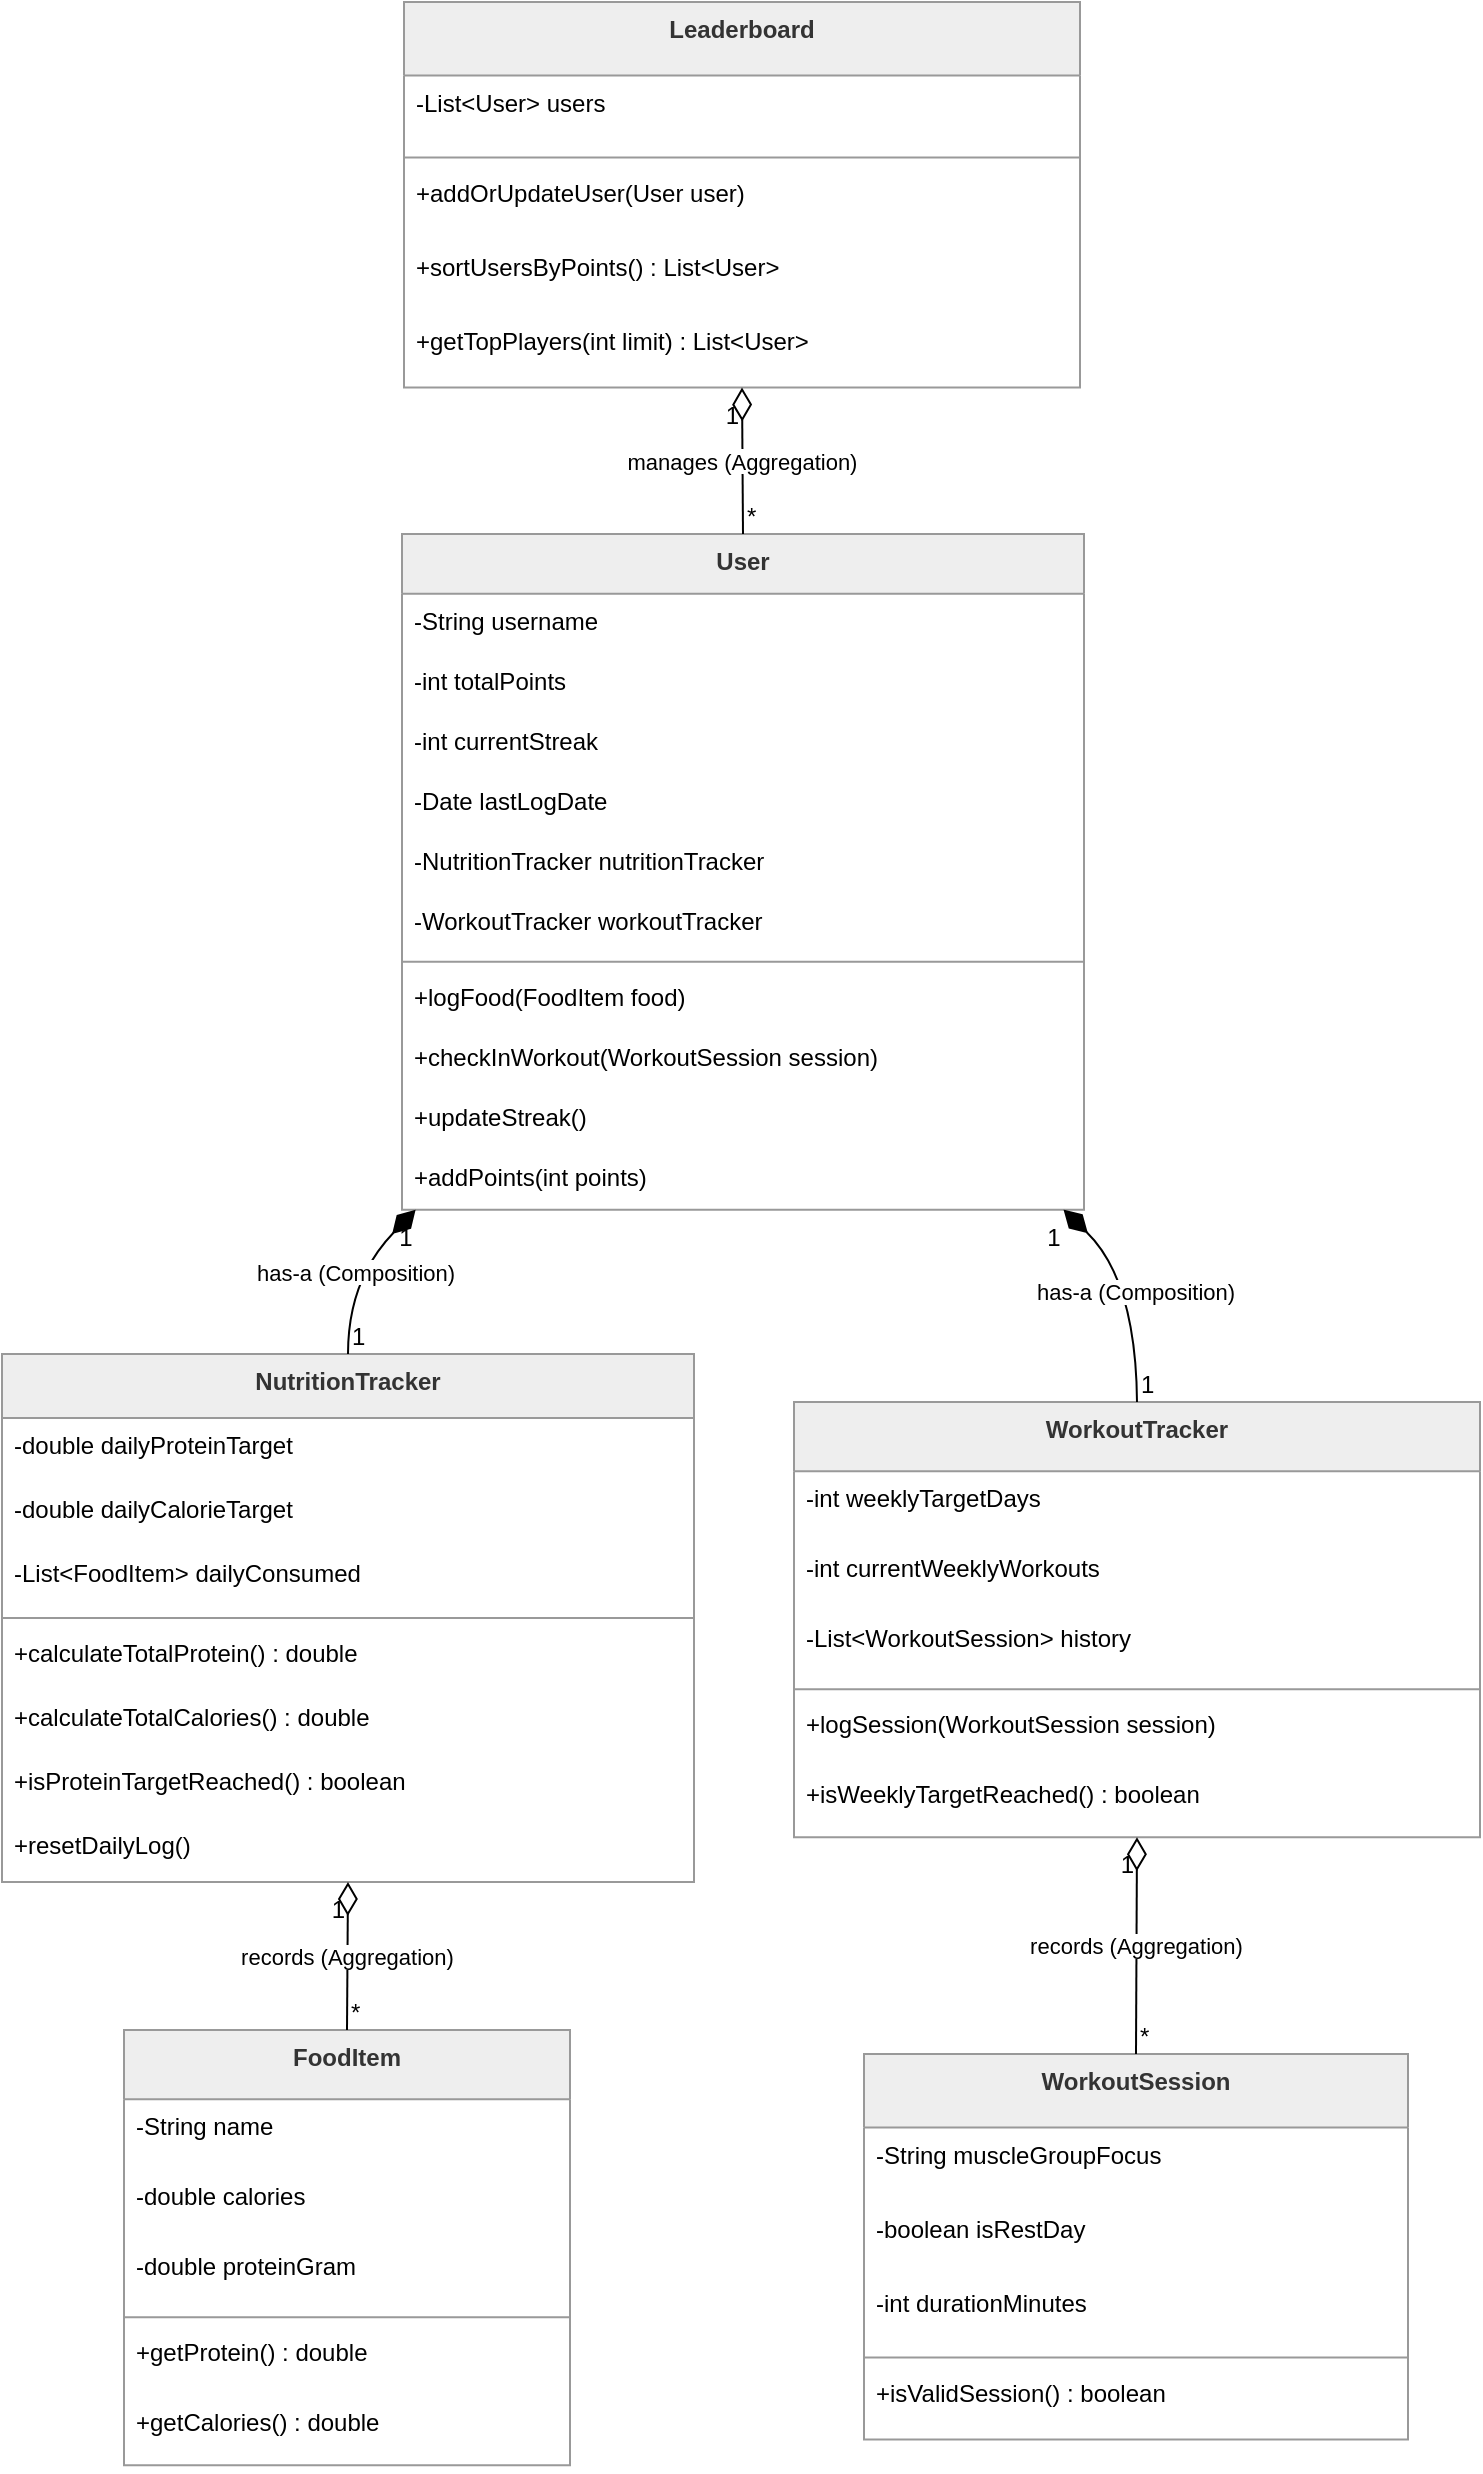
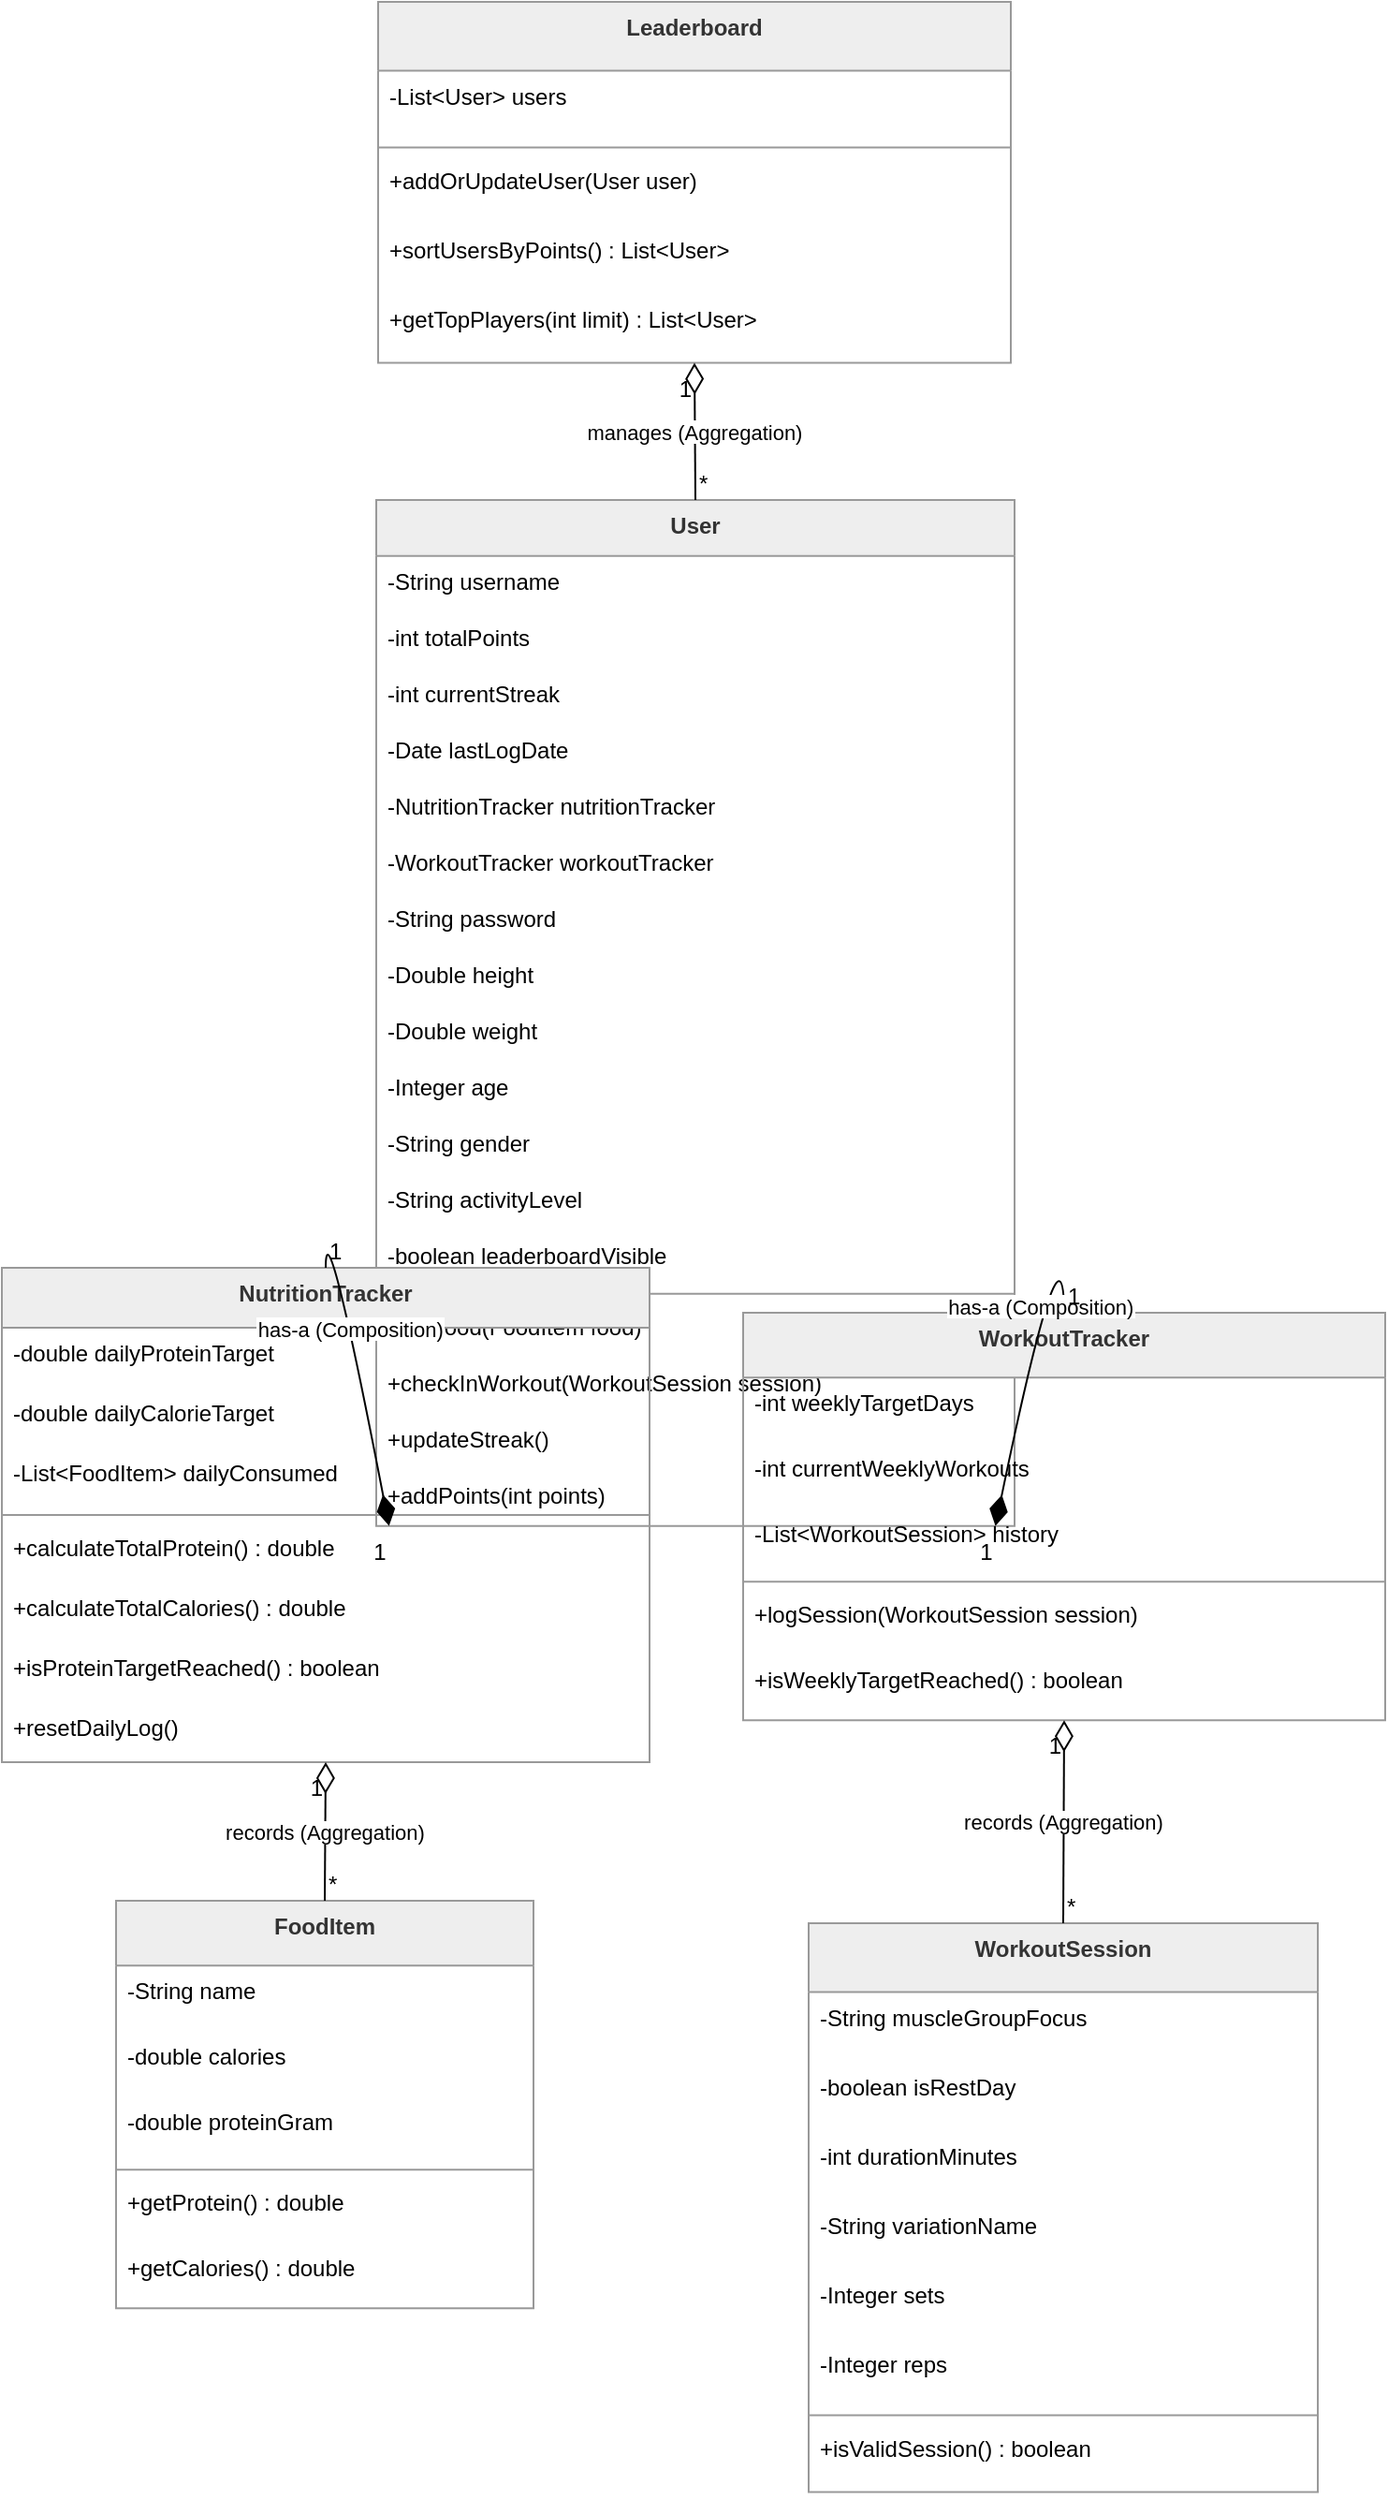
<mxfile host="app.diagrams.net">
  <diagram name="Page-1" id="arQQ8yZGtRxVrDQaWnjP">
    <mxGraphModel dx="1051" dy="568" grid="1" gridSize="10" guides="1" tooltips="1" connect="1" arrows="1" fold="1" page="1" pageScale="1" pageWidth="850" pageHeight="1100" math="0" shadow="0">
      <root>
        <mxCell id="0" />
        <mxCell id="1" parent="0" />
        <mxCell id="fnLQIiHebZ_BAd2sGPk7-1" parent="1" style="swimlane;fontStyle=1;align=center;verticalAlign=top;childLayout=stackLayout;horizontal=1;startSize=29.819158380681817;horizontalStack=0;resizeParent=1;resizeParentMax=0;resizeLast=0;collapsible=0;marginBottom=0;fillColor=light-dark(#eeeeee,#1f2020);strokeColor=light-dark(#999999,#cccccc);fontColor=light-dark(#333333,#cccccc);" value="User" vertex="1">
-           <mxGeometry height="337.8191583806818" width="341" x="256" y="326" as="geometry" />
+           <mxGeometry height="547.8191583806818" width="341" x="256" y="326" as="geometry" />
        </mxCell>
        <mxCell id="fnLQIiHebZ_BAd2sGPk7-2" parent="fnLQIiHebZ_BAd2sGPk7-1" style="text;strokeColor=none;fillColor=none;align=left;verticalAlign=top;spacingLeft=4;spacingRight=4;overflow=hidden;rotatable=0;points=[[0,0.5],[1,0.5]];portConstraint=eastwest;" value="-String username" vertex="1">
          <mxGeometry height="30" width="341" y="29.819158380681817" as="geometry" />
        </mxCell>
        <mxCell id="fnLQIiHebZ_BAd2sGPk7-3" parent="fnLQIiHebZ_BAd2sGPk7-1" style="text;strokeColor=none;fillColor=none;align=left;verticalAlign=top;spacingLeft=4;spacingRight=4;overflow=hidden;rotatable=0;points=[[0,0.5],[1,0.5]];portConstraint=eastwest;" value="-int totalPoints" vertex="1">
          <mxGeometry height="30" width="341" y="59.81915838068181" as="geometry" />
        </mxCell>
        <mxCell id="fnLQIiHebZ_BAd2sGPk7-4" parent="fnLQIiHebZ_BAd2sGPk7-1" style="text;strokeColor=none;fillColor=none;align=left;verticalAlign=top;spacingLeft=4;spacingRight=4;overflow=hidden;rotatable=0;points=[[0,0.5],[1,0.5]];portConstraint=eastwest;" value="-int currentStreak" vertex="1">
          <mxGeometry height="30" width="341" y="89.81915838068181" as="geometry" />
        </mxCell>
        <mxCell id="fnLQIiHebZ_BAd2sGPk7-5" parent="fnLQIiHebZ_BAd2sGPk7-1" style="text;strokeColor=none;fillColor=none;align=left;verticalAlign=top;spacingLeft=4;spacingRight=4;overflow=hidden;rotatable=0;points=[[0,0.5],[1,0.5]];portConstraint=eastwest;" value="-Date lastLogDate" vertex="1">
          <mxGeometry height="30" width="341" y="119.81915838068181" as="geometry" />
        </mxCell>
        <mxCell id="fnLQIiHebZ_BAd2sGPk7-6" parent="fnLQIiHebZ_BAd2sGPk7-1" style="text;strokeColor=none;fillColor=none;align=left;verticalAlign=top;spacingLeft=4;spacingRight=4;overflow=hidden;rotatable=0;points=[[0,0.5],[1,0.5]];portConstraint=eastwest;" value="-NutritionTracker nutritionTracker" vertex="1">
          <mxGeometry height="30" width="341" y="149.8191583806818" as="geometry" />
        </mxCell>
        <mxCell id="fnLQIiHebZ_BAd2sGPk7-7" parent="fnLQIiHebZ_BAd2sGPk7-1" style="text;strokeColor=none;fillColor=none;align=left;verticalAlign=top;spacingLeft=4;spacingRight=4;overflow=hidden;rotatable=0;points=[[0,0.5],[1,0.5]];portConstraint=eastwest;" value="-WorkoutTracker workoutTracker" vertex="1">
          <mxGeometry height="30" width="341" y="179.8191583806818" as="geometry" />
        </mxCell>
+         <mxCell id="fnLQIiHebZ_BAd2sGPk7-user_password" parent="fnLQIiHebZ_BAd2sGPk7-1" style="text;strokeColor=none;fillColor=none;align=left;verticalAlign=top;spacingLeft=4;spacingRight=4;overflow=hidden;rotatable=0;points=[[0,0.5],[1,0.5]];portConstraint=eastwest;" value="-String password" vertex="1">
+           <mxGeometry height="30" width="341" y="209.8191583806818" as="geometry" />
+         </mxCell>
+         <mxCell id="fnLQIiHebZ_BAd2sGPk7-user_height" parent="fnLQIiHebZ_BAd2sGPk7-1" style="text;strokeColor=none;fillColor=none;align=left;verticalAlign=top;spacingLeft=4;spacingRight=4;overflow=hidden;rotatable=0;points=[[0,0.5],[1,0.5]];portConstraint=eastwest;" value="-Double height" vertex="1">
+           <mxGeometry height="30" width="341" y="239.8191583806818" as="geometry" />
+         </mxCell>
+         <mxCell id="fnLQIiHebZ_BAd2sGPk7-user_weight" parent="fnLQIiHebZ_BAd2sGPk7-1" style="text;strokeColor=none;fillColor=none;align=left;verticalAlign=top;spacingLeft=4;spacingRight=4;overflow=hidden;rotatable=0;points=[[0,0.5],[1,0.5]];portConstraint=eastwest;" value="-Double weight" vertex="1">
+           <mxGeometry height="30" width="341" y="269.8191583806818" as="geometry" />
+         </mxCell>
+         <mxCell id="fnLQIiHebZ_BAd2sGPk7-user_age" parent="fnLQIiHebZ_BAd2sGPk7-1" style="text;strokeColor=none;fillColor=none;align=left;verticalAlign=top;spacingLeft=4;spacingRight=4;overflow=hidden;rotatable=0;points=[[0,0.5],[1,0.5]];portConstraint=eastwest;" value="-Integer age" vertex="1">
+           <mxGeometry height="30" width="341" y="299.8191583806818" as="geometry" />
+         </mxCell>
+         <mxCell id="fnLQIiHebZ_BAd2sGPk7-user_gender" parent="fnLQIiHebZ_BAd2sGPk7-1" style="text;strokeColor=none;fillColor=none;align=left;verticalAlign=top;spacingLeft=4;spacingRight=4;overflow=hidden;rotatable=0;points=[[0,0.5],[1,0.5]];portConstraint=eastwest;" value="-String gender" vertex="1">
+           <mxGeometry height="30" width="341" y="329.8191583806818" as="geometry" />
+         </mxCell>
+         <mxCell id="fnLQIiHebZ_BAd2sGPk7-user_activity" parent="fnLQIiHebZ_BAd2sGPk7-1" style="text;strokeColor=none;fillColor=none;align=left;verticalAlign=top;spacingLeft=4;spacingRight=4;overflow=hidden;rotatable=0;points=[[0,0.5],[1,0.5]];portConstraint=eastwest;" value="-String activityLevel" vertex="1">
+           <mxGeometry height="30" width="341" y="359.8191583806818" as="geometry" />
+         </mxCell>
+         <mxCell id="fnLQIiHebZ_BAd2sGPk7-user_leaderboard" parent="fnLQIiHebZ_BAd2sGPk7-1" style="text;strokeColor=none;fillColor=none;align=left;verticalAlign=top;spacingLeft=4;spacingRight=4;overflow=hidden;rotatable=0;points=[[0,0.5],[1,0.5]];portConstraint=eastwest;" value="-boolean leaderboardVisible" vertex="1">
+           <mxGeometry height="30" width="341" y="389.8191583806818" as="geometry" />
+         </mxCell>
        <mxCell id="fnLQIiHebZ_BAd2sGPk7-8" parent="fnLQIiHebZ_BAd2sGPk7-1" style="line;strokeWidth=1;fillColor=none;align=left;verticalAlign=middle;spacingTop=-1;spacingLeft=3;spacingRight=3;rotatable=0;labelPosition=right;points=[];portConstraint=eastwest;strokeColor=inherit;" vertex="1">
-           <mxGeometry height="8" width="341" y="209.8191583806818" as="geometry" />
+           <mxGeometry height="8" width="341" y="419.8191583806818" as="geometry" />
        </mxCell>
        <mxCell id="fnLQIiHebZ_BAd2sGPk7-9" parent="fnLQIiHebZ_BAd2sGPk7-1" style="text;strokeColor=none;fillColor=none;align=left;verticalAlign=top;spacingLeft=4;spacingRight=4;overflow=hidden;rotatable=0;points=[[0,0.5],[1,0.5]];portConstraint=eastwest;" value="+logFood(FoodItem food)" vertex="1">
-           <mxGeometry height="30" width="341" y="217.8191583806818" as="geometry" />
+           <mxGeometry height="30" width="341" y="427.8191583806818" as="geometry" />
        </mxCell>
        <mxCell id="fnLQIiHebZ_BAd2sGPk7-10" parent="fnLQIiHebZ_BAd2sGPk7-1" style="text;strokeColor=none;fillColor=none;align=left;verticalAlign=top;spacingLeft=4;spacingRight=4;overflow=hidden;rotatable=0;points=[[0,0.5],[1,0.5]];portConstraint=eastwest;" value="+checkInWorkout(WorkoutSession session)" vertex="1">
-           <mxGeometry height="30" width="341" y="247.8191583806818" as="geometry" />
+           <mxGeometry height="30" width="341" y="457.8191583806818" as="geometry" />
        </mxCell>
        <mxCell id="fnLQIiHebZ_BAd2sGPk7-11" parent="fnLQIiHebZ_BAd2sGPk7-1" style="text;strokeColor=none;fillColor=none;align=left;verticalAlign=top;spacingLeft=4;spacingRight=4;overflow=hidden;rotatable=0;points=[[0,0.5],[1,0.5]];portConstraint=eastwest;" value="+updateStreak()" vertex="1">
-           <mxGeometry height="30" width="341" y="277.8191583806818" as="geometry" />
+           <mxGeometry height="30" width="341" y="487.8191583806818" as="geometry" />
        </mxCell>
        <mxCell id="fnLQIiHebZ_BAd2sGPk7-12" parent="fnLQIiHebZ_BAd2sGPk7-1" style="text;strokeColor=none;fillColor=none;align=left;verticalAlign=top;spacingLeft=4;spacingRight=4;overflow=hidden;rotatable=0;points=[[0,0.5],[1,0.5]];portConstraint=eastwest;" value="+addPoints(int points)" vertex="1">
-           <mxGeometry height="30" width="341" y="307.8191583806818" as="geometry" />
+           <mxGeometry height="30" width="341" y="517.8191583806818" as="geometry" />
        </mxCell>
        <mxCell id="fnLQIiHebZ_BAd2sGPk7-13" parent="1" style="swimlane;fontStyle=1;align=center;verticalAlign=top;childLayout=stackLayout;horizontal=1;startSize=32.0009765625;horizontalStack=0;resizeParent=1;resizeParentMax=0;resizeLast=0;collapsible=0;marginBottom=0;fillColor=light-dark(#eeeeee,#1f2020);strokeColor=light-dark(#999999,#cccccc);fontColor=light-dark(#333333,#cccccc);" value="NutritionTracker" vertex="1">
          <mxGeometry height="264.0009765625" width="346" x="56" y="736" as="geometry" />
        </mxCell>
        <mxCell id="fnLQIiHebZ_BAd2sGPk7-14" parent="fnLQIiHebZ_BAd2sGPk7-13" style="text;strokeColor=none;fillColor=none;align=left;verticalAlign=top;spacingLeft=4;spacingRight=4;overflow=hidden;rotatable=0;points=[[0,0.5],[1,0.5]];portConstraint=eastwest;" value="-double dailyProteinTarget" vertex="1">
          <mxGeometry height="32" width="346" y="32.0009765625" as="geometry" />
        </mxCell>
        <mxCell id="fnLQIiHebZ_BAd2sGPk7-15" parent="fnLQIiHebZ_BAd2sGPk7-13" style="text;strokeColor=none;fillColor=none;align=left;verticalAlign=top;spacingLeft=4;spacingRight=4;overflow=hidden;rotatable=0;points=[[0,0.5],[1,0.5]];portConstraint=eastwest;" value="-double dailyCalorieTarget" vertex="1">
          <mxGeometry height="32" width="346" y="64.0009765625" as="geometry" />
        </mxCell>
        <mxCell id="fnLQIiHebZ_BAd2sGPk7-16" parent="fnLQIiHebZ_BAd2sGPk7-13" style="text;strokeColor=none;fillColor=none;align=left;verticalAlign=top;spacingLeft=4;spacingRight=4;overflow=hidden;rotatable=0;points=[[0,0.5],[1,0.5]];portConstraint=eastwest;" value="-List&lt;FoodItem&gt; dailyConsumed" vertex="1">
          <mxGeometry height="32" width="346" y="96.0009765625" as="geometry" />
        </mxCell>
        <mxCell id="fnLQIiHebZ_BAd2sGPk7-17" parent="fnLQIiHebZ_BAd2sGPk7-13" style="line;strokeWidth=1;fillColor=none;align=left;verticalAlign=middle;spacingTop=-1;spacingLeft=3;spacingRight=3;rotatable=0;labelPosition=right;points=[];portConstraint=eastwest;strokeColor=inherit;" vertex="1">
          <mxGeometry height="8" width="346" y="128.0009765625" as="geometry" />
        </mxCell>
        <mxCell id="fnLQIiHebZ_BAd2sGPk7-18" parent="fnLQIiHebZ_BAd2sGPk7-13" style="text;strokeColor=none;fillColor=none;align=left;verticalAlign=top;spacingLeft=4;spacingRight=4;overflow=hidden;rotatable=0;points=[[0,0.5],[1,0.5]];portConstraint=eastwest;" value="+calculateTotalProtein() : double" vertex="1">
          <mxGeometry height="32" width="346" y="136.0009765625" as="geometry" />
        </mxCell>
        <mxCell id="fnLQIiHebZ_BAd2sGPk7-19" parent="fnLQIiHebZ_BAd2sGPk7-13" style="text;strokeColor=none;fillColor=none;align=left;verticalAlign=top;spacingLeft=4;spacingRight=4;overflow=hidden;rotatable=0;points=[[0,0.5],[1,0.5]];portConstraint=eastwest;" value="+calculateTotalCalories() : double" vertex="1">
          <mxGeometry height="32" width="346" y="168.0009765625" as="geometry" />
        </mxCell>
        <mxCell id="fnLQIiHebZ_BAd2sGPk7-20" parent="fnLQIiHebZ_BAd2sGPk7-13" style="text;strokeColor=none;fillColor=none;align=left;verticalAlign=top;spacingLeft=4;spacingRight=4;overflow=hidden;rotatable=0;points=[[0,0.5],[1,0.5]];portConstraint=eastwest;" value="+isProteinTargetReached() : boolean" vertex="1">
          <mxGeometry height="32" width="346" y="200.0009765625" as="geometry" />
        </mxCell>
        <mxCell id="fnLQIiHebZ_BAd2sGPk7-21" parent="fnLQIiHebZ_BAd2sGPk7-13" style="text;strokeColor=none;fillColor=none;align=left;verticalAlign=top;spacingLeft=4;spacingRight=4;overflow=hidden;rotatable=0;points=[[0,0.5],[1,0.5]];portConstraint=eastwest;" value="+resetDailyLog()" vertex="1">
          <mxGeometry height="32" width="346" y="232.0009765625" as="geometry" />
        </mxCell>
        <mxCell id="fnLQIiHebZ_BAd2sGPk7-22" parent="1" style="swimlane;fontStyle=1;align=center;verticalAlign=top;childLayout=stackLayout;horizontal=1;startSize=34.66764577229818;horizontalStack=0;resizeParent=1;resizeParentMax=0;resizeLast=0;collapsible=0;marginBottom=0;fillColor=light-dark(#eeeeee,#1f2020);strokeColor=light-dark(#999999,#cccccc);fontColor=light-dark(#333333,#cccccc);" value="FoodItem" vertex="1">
          <mxGeometry height="217.6676457722982" width="223" x="117" y="1074" as="geometry" />
        </mxCell>
        <mxCell id="fnLQIiHebZ_BAd2sGPk7-23" parent="fnLQIiHebZ_BAd2sGPk7-22" style="text;strokeColor=none;fillColor=none;align=left;verticalAlign=top;spacingLeft=4;spacingRight=4;overflow=hidden;rotatable=0;points=[[0,0.5],[1,0.5]];portConstraint=eastwest;" value="-String name" vertex="1">
          <mxGeometry height="35" width="223" y="34.66764577229818" as="geometry" />
        </mxCell>
        <mxCell id="fnLQIiHebZ_BAd2sGPk7-24" parent="fnLQIiHebZ_BAd2sGPk7-22" style="text;strokeColor=none;fillColor=none;align=left;verticalAlign=top;spacingLeft=4;spacingRight=4;overflow=hidden;rotatable=0;points=[[0,0.5],[1,0.5]];portConstraint=eastwest;" value="-double calories" vertex="1">
          <mxGeometry height="35" width="223" y="69.66764577229819" as="geometry" />
        </mxCell>
        <mxCell id="fnLQIiHebZ_BAd2sGPk7-25" parent="fnLQIiHebZ_BAd2sGPk7-22" style="text;strokeColor=none;fillColor=none;align=left;verticalAlign=top;spacingLeft=4;spacingRight=4;overflow=hidden;rotatable=0;points=[[0,0.5],[1,0.5]];portConstraint=eastwest;" value="-double proteinGram" vertex="1">
          <mxGeometry height="35" width="223" y="104.66764577229819" as="geometry" />
        </mxCell>
        <mxCell id="fnLQIiHebZ_BAd2sGPk7-26" parent="fnLQIiHebZ_BAd2sGPk7-22" style="line;strokeWidth=1;fillColor=none;align=left;verticalAlign=middle;spacingTop=-1;spacingLeft=3;spacingRight=3;rotatable=0;labelPosition=right;points=[];portConstraint=eastwest;strokeColor=inherit;" vertex="1">
          <mxGeometry height="8" width="223" y="139.6676457722982" as="geometry" />
        </mxCell>
        <mxCell id="fnLQIiHebZ_BAd2sGPk7-27" parent="fnLQIiHebZ_BAd2sGPk7-22" style="text;strokeColor=none;fillColor=none;align=left;verticalAlign=top;spacingLeft=4;spacingRight=4;overflow=hidden;rotatable=0;points=[[0,0.5],[1,0.5]];portConstraint=eastwest;" value="+getProtein() : double" vertex="1">
          <mxGeometry height="35" width="223" y="147.6676457722982" as="geometry" />
        </mxCell>
        <mxCell id="fnLQIiHebZ_BAd2sGPk7-28" parent="fnLQIiHebZ_BAd2sGPk7-22" style="text;strokeColor=none;fillColor=none;align=left;verticalAlign=top;spacingLeft=4;spacingRight=4;overflow=hidden;rotatable=0;points=[[0,0.5],[1,0.5]];portConstraint=eastwest;" value="+getCalories() : double" vertex="1">
          <mxGeometry height="35" width="223" y="182.6676457722982" as="geometry" />
        </mxCell>
        <mxCell id="fnLQIiHebZ_BAd2sGPk7-29" parent="1" style="swimlane;fontStyle=1;align=center;verticalAlign=top;childLayout=stackLayout;horizontal=1;startSize=34.66764577229818;horizontalStack=0;resizeParent=1;resizeParentMax=0;resizeLast=0;collapsible=0;marginBottom=0;fillColor=light-dark(#eeeeee,#1f2020);strokeColor=light-dark(#999999,#cccccc);fontColor=light-dark(#333333,#cccccc);" value="WorkoutTracker" vertex="1">
          <mxGeometry height="217.6676457722982" width="343" x="452" y="760" as="geometry" />
        </mxCell>
        <mxCell id="fnLQIiHebZ_BAd2sGPk7-30" parent="fnLQIiHebZ_BAd2sGPk7-29" style="text;strokeColor=none;fillColor=none;align=left;verticalAlign=top;spacingLeft=4;spacingRight=4;overflow=hidden;rotatable=0;points=[[0,0.5],[1,0.5]];portConstraint=eastwest;" value="-int weeklyTargetDays" vertex="1">
          <mxGeometry height="35" width="343" y="34.66764577229818" as="geometry" />
        </mxCell>
        <mxCell id="fnLQIiHebZ_BAd2sGPk7-31" parent="fnLQIiHebZ_BAd2sGPk7-29" style="text;strokeColor=none;fillColor=none;align=left;verticalAlign=top;spacingLeft=4;spacingRight=4;overflow=hidden;rotatable=0;points=[[0,0.5],[1,0.5]];portConstraint=eastwest;" value="-int currentWeeklyWorkouts" vertex="1">
          <mxGeometry height="35" width="343" y="69.66764577229819" as="geometry" />
        </mxCell>
        <mxCell id="fnLQIiHebZ_BAd2sGPk7-32" parent="fnLQIiHebZ_BAd2sGPk7-29" style="text;strokeColor=none;fillColor=none;align=left;verticalAlign=top;spacingLeft=4;spacingRight=4;overflow=hidden;rotatable=0;points=[[0,0.5],[1,0.5]];portConstraint=eastwest;" value="-List&lt;WorkoutSession&gt; history" vertex="1">
          <mxGeometry height="35" width="343" y="104.66764577229819" as="geometry" />
        </mxCell>
        <mxCell id="fnLQIiHebZ_BAd2sGPk7-33" parent="fnLQIiHebZ_BAd2sGPk7-29" style="line;strokeWidth=1;fillColor=none;align=left;verticalAlign=middle;spacingTop=-1;spacingLeft=3;spacingRight=3;rotatable=0;labelPosition=right;points=[];portConstraint=eastwest;strokeColor=inherit;" vertex="1">
          <mxGeometry height="8" width="343" y="139.6676457722982" as="geometry" />
        </mxCell>
        <mxCell id="fnLQIiHebZ_BAd2sGPk7-34" parent="fnLQIiHebZ_BAd2sGPk7-29" style="text;strokeColor=none;fillColor=none;align=left;verticalAlign=top;spacingLeft=4;spacingRight=4;overflow=hidden;rotatable=0;points=[[0,0.5],[1,0.5]];portConstraint=eastwest;" value="+logSession(WorkoutSession session)" vertex="1">
          <mxGeometry height="35" width="343" y="147.6676457722982" as="geometry" />
        </mxCell>
        <mxCell id="fnLQIiHebZ_BAd2sGPk7-35" parent="fnLQIiHebZ_BAd2sGPk7-29" style="text;strokeColor=none;fillColor=none;align=left;verticalAlign=top;spacingLeft=4;spacingRight=4;overflow=hidden;rotatable=0;points=[[0,0.5],[1,0.5]];portConstraint=eastwest;" value="+isWeeklyTargetReached() : boolean" vertex="1">
          <mxGeometry height="35" width="343" y="182.6676457722982" as="geometry" />
        </mxCell>
        <mxCell id="fnLQIiHebZ_BAd2sGPk7-36" parent="1" style="swimlane;fontStyle=1;align=center;verticalAlign=top;childLayout=stackLayout;horizontal=1;startSize=36.80097961425781;horizontalStack=0;resizeParent=1;resizeParentMax=0;resizeLast=0;collapsible=0;marginBottom=0;fillColor=light-dark(#eeeeee,#1f2020);strokeColor=light-dark(#999999,#cccccc);fontColor=light-dark(#333333,#cccccc);" value="WorkoutSession" vertex="1">
-           <mxGeometry height="192.8009796142578" width="272" x="487" y="1086" as="geometry" />
+           <mxGeometry height="303.8009796142578" width="272" x="487" y="1086" as="geometry" />
        </mxCell>
        <mxCell id="fnLQIiHebZ_BAd2sGPk7-37" parent="fnLQIiHebZ_BAd2sGPk7-36" style="text;strokeColor=none;fillColor=none;align=left;verticalAlign=top;spacingLeft=4;spacingRight=4;overflow=hidden;rotatable=0;points=[[0,0.5],[1,0.5]];portConstraint=eastwest;" value="-String muscleGroupFocus" vertex="1">
          <mxGeometry height="37" width="272" y="36.80097961425781" as="geometry" />
        </mxCell>
        <mxCell id="fnLQIiHebZ_BAd2sGPk7-38" parent="fnLQIiHebZ_BAd2sGPk7-36" style="text;strokeColor=none;fillColor=none;align=left;verticalAlign=top;spacingLeft=4;spacingRight=4;overflow=hidden;rotatable=0;points=[[0,0.5],[1,0.5]];portConstraint=eastwest;" value="-boolean isRestDay" vertex="1">
          <mxGeometry height="37" width="272" y="73.80097961425781" as="geometry" />
        </mxCell>
        <mxCell id="fnLQIiHebZ_BAd2sGPk7-39" parent="fnLQIiHebZ_BAd2sGPk7-36" style="text;strokeColor=none;fillColor=none;align=left;verticalAlign=top;spacingLeft=4;spacingRight=4;overflow=hidden;rotatable=0;points=[[0,0.5],[1,0.5]];portConstraint=eastwest;" value="-int durationMinutes" vertex="1">
          <mxGeometry height="37" width="272" y="110.80097961425781" as="geometry" />
        </mxCell>
+         <mxCell id="fnLQIiHebZ_BAd2sGPk7-ws_variation" parent="fnLQIiHebZ_BAd2sGPk7-36" style="text;strokeColor=none;fillColor=none;align=left;verticalAlign=top;spacingLeft=4;spacingRight=4;overflow=hidden;rotatable=0;points=[[0,0.5],[1,0.5]];portConstraint=eastwest;" value="-String variationName" vertex="1">
+           <mxGeometry height="37" width="272" y="147.80097961425781" as="geometry" />
+         </mxCell>
+         <mxCell id="fnLQIiHebZ_BAd2sGPk7-ws_sets" parent="fnLQIiHebZ_BAd2sGPk7-36" style="text;strokeColor=none;fillColor=none;align=left;verticalAlign=top;spacingLeft=4;spacingRight=4;overflow=hidden;rotatable=0;points=[[0,0.5],[1,0.5]];portConstraint=eastwest;" value="-Integer sets" vertex="1">
+           <mxGeometry height="37" width="272" y="184.80097961425781" as="geometry" />
+         </mxCell>
+         <mxCell id="fnLQIiHebZ_BAd2sGPk7-ws_reps" parent="fnLQIiHebZ_BAd2sGPk7-36" style="text;strokeColor=none;fillColor=none;align=left;verticalAlign=top;spacingLeft=4;spacingRight=4;overflow=hidden;rotatable=0;points=[[0,0.5],[1,0.5]];portConstraint=eastwest;" value="-Integer reps" vertex="1">
+           <mxGeometry height="37" width="272" y="221.80097961425781" as="geometry" />
+         </mxCell>
        <mxCell id="fnLQIiHebZ_BAd2sGPk7-40" parent="fnLQIiHebZ_BAd2sGPk7-36" style="line;strokeWidth=1;fillColor=none;align=left;verticalAlign=middle;spacingTop=-1;spacingLeft=3;spacingRight=3;rotatable=0;labelPosition=right;points=[];portConstraint=eastwest;strokeColor=inherit;" vertex="1">
-           <mxGeometry height="8" width="272" y="147.8009796142578" as="geometry" />
+           <mxGeometry height="8" width="272" y="258.8009796142578" as="geometry" />
        </mxCell>
        <mxCell id="fnLQIiHebZ_BAd2sGPk7-41" parent="fnLQIiHebZ_BAd2sGPk7-36" style="text;strokeColor=none;fillColor=none;align=left;verticalAlign=top;spacingLeft=4;spacingRight=4;overflow=hidden;rotatable=0;points=[[0,0.5],[1,0.5]];portConstraint=eastwest;" value="+isValidSession() : boolean" vertex="1">
-           <mxGeometry height="37" width="272" y="155.8009796142578" as="geometry" />
+           <mxGeometry height="37" width="272" y="266.8009796142578" as="geometry" />
        </mxCell>
        <mxCell id="fnLQIiHebZ_BAd2sGPk7-42" parent="1" style="swimlane;fontStyle=1;align=center;verticalAlign=top;childLayout=stackLayout;horizontal=1;startSize=36.8009765625;horizontalStack=0;resizeParent=1;resizeParentMax=0;resizeLast=0;collapsible=0;marginBottom=0;fillColor=light-dark(#eeeeee,#1f2020);strokeColor=light-dark(#999999,#cccccc);fontColor=light-dark(#333333,#cccccc);" value="Leaderboard" vertex="1">
          <mxGeometry height="192.8009765625" width="338" x="257" y="60" as="geometry" />
        </mxCell>
        <mxCell id="fnLQIiHebZ_BAd2sGPk7-43" parent="fnLQIiHebZ_BAd2sGPk7-42" style="text;strokeColor=none;fillColor=none;align=left;verticalAlign=top;spacingLeft=4;spacingRight=4;overflow=hidden;rotatable=0;points=[[0,0.5],[1,0.5]];portConstraint=eastwest;" value="-List&lt;User&gt; users" vertex="1">
          <mxGeometry height="37" width="338" y="36.8009765625" as="geometry" />
        </mxCell>
        <mxCell id="fnLQIiHebZ_BAd2sGPk7-44" parent="fnLQIiHebZ_BAd2sGPk7-42" style="line;strokeWidth=1;fillColor=none;align=left;verticalAlign=middle;spacingTop=-1;spacingLeft=3;spacingRight=3;rotatable=0;labelPosition=right;points=[];portConstraint=eastwest;strokeColor=inherit;" vertex="1">
          <mxGeometry height="8" width="338" y="73.8009765625" as="geometry" />
        </mxCell>
        <mxCell id="fnLQIiHebZ_BAd2sGPk7-45" parent="fnLQIiHebZ_BAd2sGPk7-42" style="text;strokeColor=none;fillColor=none;align=left;verticalAlign=top;spacingLeft=4;spacingRight=4;overflow=hidden;rotatable=0;points=[[0,0.5],[1,0.5]];portConstraint=eastwest;" value="+addOrUpdateUser(User user)" vertex="1">
          <mxGeometry height="37" width="338" y="81.8009765625" as="geometry" />
        </mxCell>
        <mxCell id="fnLQIiHebZ_BAd2sGPk7-46" parent="fnLQIiHebZ_BAd2sGPk7-42" style="text;strokeColor=none;fillColor=none;align=left;verticalAlign=top;spacingLeft=4;spacingRight=4;overflow=hidden;rotatable=0;points=[[0,0.5],[1,0.5]];portConstraint=eastwest;" value="+sortUsersByPoints() : List&lt;User&gt;" vertex="1">
          <mxGeometry height="37" width="338" y="118.8009765625" as="geometry" />
        </mxCell>
        <mxCell id="fnLQIiHebZ_BAd2sGPk7-47" parent="fnLQIiHebZ_BAd2sGPk7-42" style="text;strokeColor=none;fillColor=none;align=left;verticalAlign=top;spacingLeft=4;spacingRight=4;overflow=hidden;rotatable=0;points=[[0,0.5],[1,0.5]];portConstraint=eastwest;" value="+getTopPlayers(int limit) : List&lt;User&gt;" vertex="1">
          <mxGeometry height="37" width="338" y="155.8009765625" as="geometry" />
        </mxCell>
        <mxCell id="fnLQIiHebZ_BAd2sGPk7-48" edge="1" parent="1" source="fnLQIiHebZ_BAd2sGPk7-1" style="curved=1;startArrow=diamondThin;startSize=14;startFill=1;endArrow=none;exitX=0.02;exitY=1;entryX=0.5;entryY=0;rounded=0;" target="fnLQIiHebZ_BAd2sGPk7-13" value="has-a (Composition)">
          <mxGeometry relative="1" as="geometry">
            <Array as="points">
              <mxPoint x="229" y="699" />
            </Array>
          </mxGeometry>
        </mxCell>
        <mxCell id="fnLQIiHebZ_BAd2sGPk7-49" parent="fnLQIiHebZ_BAd2sGPk7-48" style="edgeLabel;resizable=0;labelBackgroundColor=none;fontSize=12;align=right;verticalAlign=top;" value="1" vertex="1">
          <mxGeometry relative="1" x="-1" as="geometry" />
        </mxCell>
        <mxCell id="fnLQIiHebZ_BAd2sGPk7-50" parent="fnLQIiHebZ_BAd2sGPk7-48" style="edgeLabel;resizable=0;labelBackgroundColor=none;fontSize=12;align=left;verticalAlign=bottom;" value="1" vertex="1">
          <mxGeometry relative="1" x="1" as="geometry" />
        </mxCell>
        <mxCell id="fnLQIiHebZ_BAd2sGPk7-51" edge="1" parent="1" source="fnLQIiHebZ_BAd2sGPk7-1" style="curved=1;startArrow=diamondThin;startSize=14;startFill=1;endArrow=none;exitX=0.97;exitY=1;entryX=0.5;entryY=0;rounded=0;" target="fnLQIiHebZ_BAd2sGPk7-29" value="has-a (Composition)">
          <mxGeometry relative="1" as="geometry">
            <Array as="points">
              <mxPoint x="623" y="699" />
            </Array>
          </mxGeometry>
        </mxCell>
        <mxCell id="fnLQIiHebZ_BAd2sGPk7-52" parent="fnLQIiHebZ_BAd2sGPk7-51" style="edgeLabel;resizable=0;labelBackgroundColor=none;fontSize=12;align=right;verticalAlign=top;" value="1" vertex="1">
          <mxGeometry relative="1" x="-1" as="geometry" />
        </mxCell>
        <mxCell id="fnLQIiHebZ_BAd2sGPk7-53" parent="fnLQIiHebZ_BAd2sGPk7-51" style="edgeLabel;resizable=0;labelBackgroundColor=none;fontSize=12;align=left;verticalAlign=bottom;" value="1" vertex="1">
          <mxGeometry relative="1" x="1" as="geometry" />
        </mxCell>
        <mxCell id="fnLQIiHebZ_BAd2sGPk7-54" edge="1" parent="1" source="fnLQIiHebZ_BAd2sGPk7-13" style="curved=1;startArrow=diamondThin;startSize=14;startFill=0;endArrow=none;exitX=0.5;exitY=1;entryX=0.5;entryY=0;rounded=0;" target="fnLQIiHebZ_BAd2sGPk7-22" value="records (Aggregation)">
          <mxGeometry relative="1" as="geometry">
            <Array as="points" />
          </mxGeometry>
        </mxCell>
        <mxCell id="fnLQIiHebZ_BAd2sGPk7-55" parent="fnLQIiHebZ_BAd2sGPk7-54" style="edgeLabel;resizable=0;labelBackgroundColor=none;fontSize=12;align=right;verticalAlign=top;" value="1" vertex="1">
          <mxGeometry relative="1" x="-1" as="geometry" />
        </mxCell>
        <mxCell id="fnLQIiHebZ_BAd2sGPk7-56" parent="fnLQIiHebZ_BAd2sGPk7-54" style="edgeLabel;resizable=0;labelBackgroundColor=none;fontSize=12;align=left;verticalAlign=bottom;" value="*" vertex="1">
          <mxGeometry relative="1" x="1" as="geometry" />
        </mxCell>
        <mxCell id="fnLQIiHebZ_BAd2sGPk7-57" edge="1" parent="1" source="fnLQIiHebZ_BAd2sGPk7-29" style="curved=1;startArrow=diamondThin;startSize=14;startFill=0;endArrow=none;exitX=0.5;exitY=1;entryX=0.5;entryY=0;rounded=0;" target="fnLQIiHebZ_BAd2sGPk7-36" value="records (Aggregation)">
          <mxGeometry relative="1" as="geometry">
            <Array as="points" />
          </mxGeometry>
        </mxCell>
        <mxCell id="fnLQIiHebZ_BAd2sGPk7-58" parent="fnLQIiHebZ_BAd2sGPk7-57" style="edgeLabel;resizable=0;labelBackgroundColor=none;fontSize=12;align=right;verticalAlign=top;" value="1" vertex="1">
          <mxGeometry relative="1" x="-1" as="geometry" />
        </mxCell>
        <mxCell id="fnLQIiHebZ_BAd2sGPk7-59" parent="fnLQIiHebZ_BAd2sGPk7-57" style="edgeLabel;resizable=0;labelBackgroundColor=none;fontSize=12;align=left;verticalAlign=bottom;" value="*" vertex="1">
          <mxGeometry relative="1" x="1" as="geometry" />
        </mxCell>
        <mxCell id="fnLQIiHebZ_BAd2sGPk7-60" edge="1" parent="1" source="fnLQIiHebZ_BAd2sGPk7-42" style="curved=1;startArrow=diamondThin;startSize=14;startFill=0;endArrow=none;exitX=0.5;exitY=1;entryX=0.5;entryY=0;rounded=0;" target="fnLQIiHebZ_BAd2sGPk7-1" value="manages (Aggregation)">
          <mxGeometry relative="1" as="geometry">
            <Array as="points" />
          </mxGeometry>
        </mxCell>
        <mxCell id="fnLQIiHebZ_BAd2sGPk7-61" parent="fnLQIiHebZ_BAd2sGPk7-60" style="edgeLabel;resizable=0;labelBackgroundColor=none;fontSize=12;align=right;verticalAlign=top;" value="1" vertex="1">
          <mxGeometry relative="1" x="-1" as="geometry" />
        </mxCell>
        <mxCell id="fnLQIiHebZ_BAd2sGPk7-62" parent="fnLQIiHebZ_BAd2sGPk7-60" style="edgeLabel;resizable=0;labelBackgroundColor=none;fontSize=12;align=left;verticalAlign=bottom;" value="*" vertex="1">
          <mxGeometry relative="1" x="1" as="geometry" />
        </mxCell>
      </root>
    </mxGraphModel>
  </diagram>
</mxfile>
